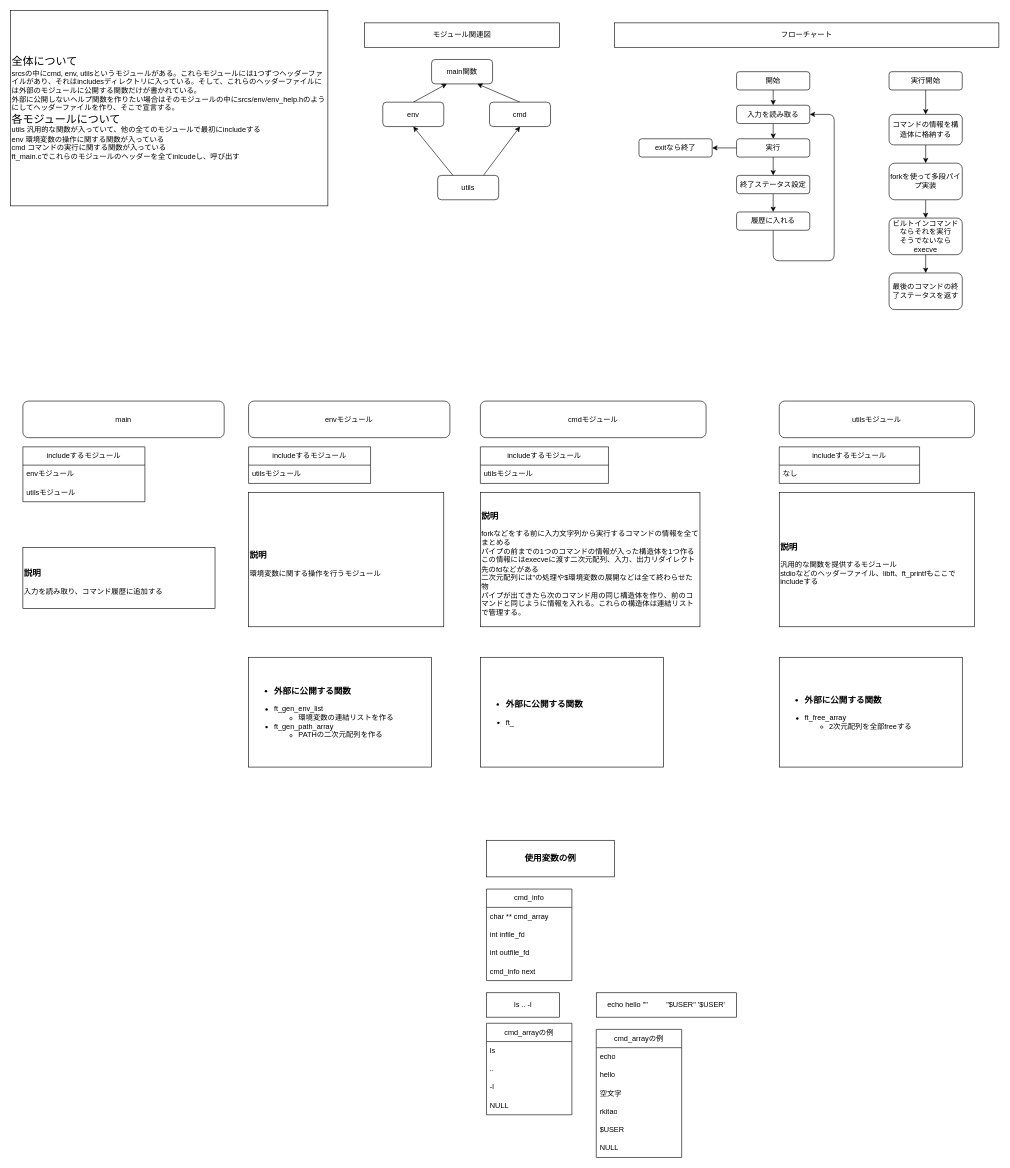
rk0730/minishell keeps this draw.io diagram as design.drawio. Above is the earlier version. Source tidied: cells renumbered, new cells numbered last; positions are measured from the earlier drawing's top-left corner, leaving out a move shared by most shapes. Both pictures are drawn from the tidied source at 61%, with x=0, y=0 at pixel (10, 10).
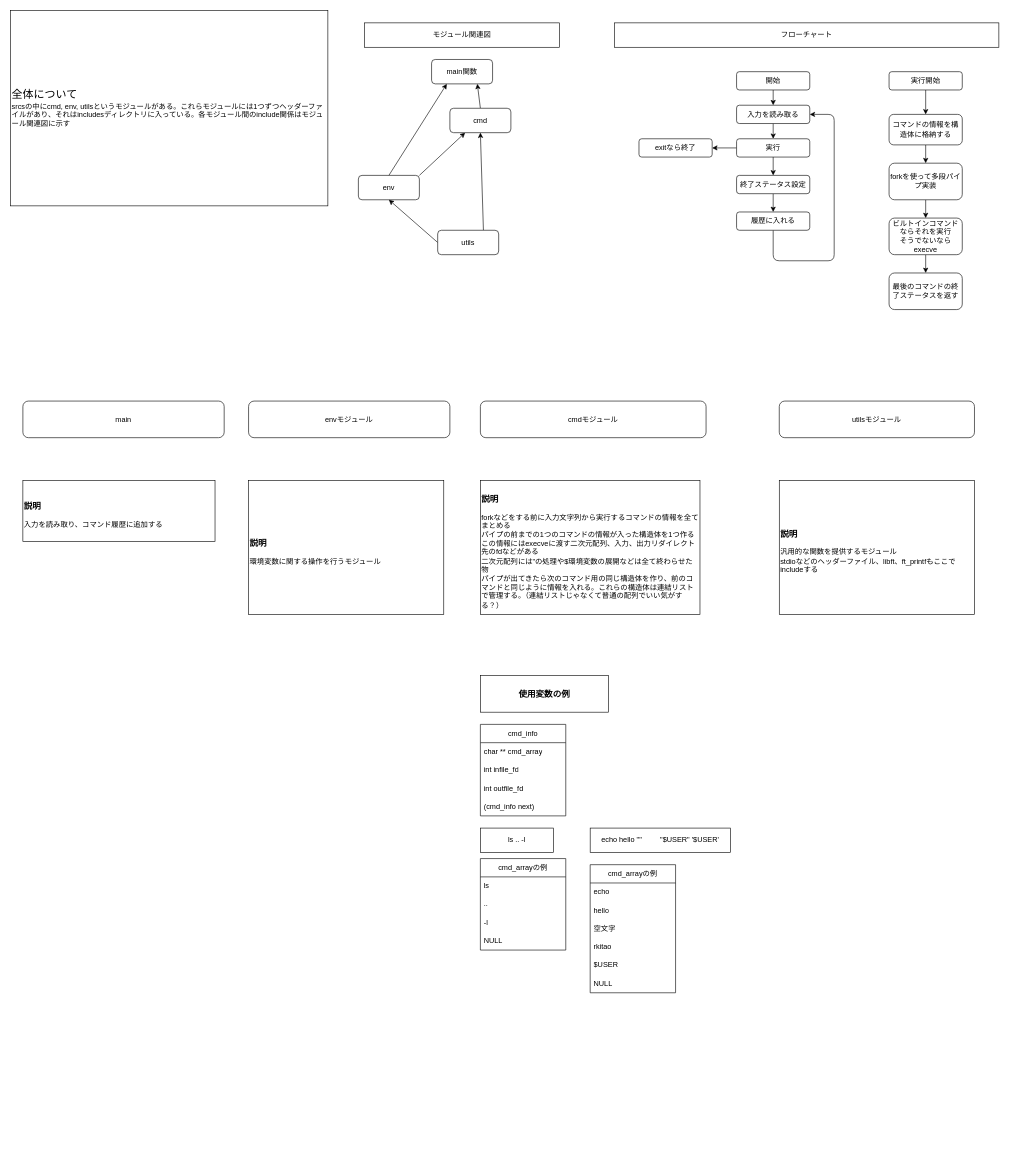
The same page after the edit.

Change to the diagram source:
```diff
@@
-    <mxCell id="5" value="&lt;h3&gt;説明&lt;/h3&gt;forkなどをする前に入力文字列から実行するコマンドの情報を全てまとめる&lt;br&gt;パイプの前までの1つのコマンドの情報が入った構造体を1つ作る&lt;br&gt;この情報にはexecveに渡す二次元配列、入力、出力リダイレクト先のfdなどがある&lt;br&gt;二次元配列には”の処理や$環境変数の展開などは全て終わらせた物&lt;br&gt;パイプが出てきたら次のコマンド用の同じ構造体を作り、前のコマンドと同じように情報を入れる。これらの構造体は連結リストで管理する。" style="rounded=0;whiteSpace=wrap;html=1;align=left;" parent="1" vertex="1">
-      <mxGeometry x="770" y="790" width="360" height="220" as="geometry" />
+    <mxCell id="5" value="&lt;h3&gt;説明&lt;/h3&gt;forkなどをする前に入力文字列から実行するコマンドの情報を全てまとめる&lt;br&gt;パイプの前までの1つのコマンドの情報が入った構造体を1つ作る&lt;br&gt;この情報にはexecveに渡す二次元配列、入力、出力リダイレクト先のfdなどがある&lt;br&gt;二次元配列には”の処理や$環境変数の展開などは全て終わらせた物&lt;br&gt;パイプが出てきたら次のコマンド用の同じ構造体を作り、前のコマンドと同じように情報を入れる。これらの構造体は連結リストで管理する。（連結リストじゃなくて普通の配列でいい気がする？）" style="rounded=0;whiteSpace=wrap;html=1;align=left;" parent="1" vertex="1">
+      <mxGeometry x="770" y="770" width="360" height="220" as="geometry" />
     </mxCell>
     <mxCell id="6" value="cmd_info" style="swimlane;fontStyle=0;horizontal=1;startSize=30;whiteSpace=wrap;html=1;" parent="1" vertex="1">
-      <mxGeometry x="780" y="1440" width="140" height="150" as="geometry" />
+      <mxGeometry x="770" y="1170" width="140" height="150" as="geometry" />
     </mxCell>
@@
-    <mxCell id="10" value="cmd_info next" style="text;strokeColor=none;fillColor=none;align=left;verticalAlign=middle;spacingLeft=4;spacingRight=4;overflow=hidden;whiteSpace=wrap;html=1;" parent="6" vertex="1">
+    <mxCell id="10" value="(cmd_info next)" style="text;strokeColor=none;fillColor=none;align=left;verticalAlign=middle;spacingLeft=4;spacingRight=4;overflow=hidden;whiteSpace=wrap;html=1;" parent="6" vertex="1">
       <mxGeometry y="120" width="140" height="30" as="geometry" />
     </mxCell>
     <mxCell id="11" value="cmd_arrayの例" style="swimlane;fontStyle=0;horizontal=1;startSize=30;whiteSpace=wrap;html=1;" parent="1" vertex="1">
-      <mxGeometry x="780" y="1660" width="140" height="150" as="geometry" />
+      <mxGeometry x="770" y="1390" width="140" height="150" as="geometry" />
     </mxCell>
@@
     <mxCell id="16" value="cmd_arrayの例" style="swimlane;fontStyle=0;horizontal=1;startSize=30;whiteSpace=wrap;html=1;" parent="1" vertex="1">
-      <mxGeometry x="960" y="1670" width="140" height="210" as="geometry" />
+      <mxGeometry x="950" y="1400" width="140" height="210" as="geometry" />
     </mxCell>
@@
     <mxCell id="23" value="ls .. -l" style="rounded=0;whiteSpace=wrap;html=1;" parent="1" vertex="1">
-      <mxGeometry x="780" y="1610" width="120" height="40" as="geometry" />
+      <mxGeometry x="770" y="1340" width="120" height="40" as="geometry" />
     </mxCell>
     <mxCell id="24" value="echo hello &quot;&quot;&amp;nbsp; &amp;nbsp; &amp;nbsp; &amp;nbsp; &amp;nbsp;&quot;$USER&quot; '$USER'" style="rounded=0;whiteSpace=wrap;html=1;" parent="1" vertex="1">
-      <mxGeometry x="960" y="1610" width="230" height="40" as="geometry" />
+      <mxGeometry x="950" y="1340" width="230" height="40" as="geometry" />
     </mxCell>
     <mxCell id="25" value="&lt;h3&gt;使用変数の例&lt;/h3&gt;" style="rounded=0;whiteSpace=wrap;html=1;" parent="1" vertex="1">
-      <mxGeometry x="780" y="1360" width="210" height="60" as="geometry" />
+      <mxGeometry x="770" y="1090" width="210" height="60" as="geometry" />
     </mxCell>
-    <mxCell id="26" value="includeするモジュール" style="swimlane;fontStyle=0;horizontal=1;startSize=30;whiteSpace=wrap;html=1;" parent="1" vertex="1">
-      <mxGeometry x="770" y="715" width="210" height="60" as="geometry" />
-    </mxCell>
-    <mxCell id="27" value="utilsモジュール" style="text;strokeColor=none;fillColor=none;align=left;verticalAlign=middle;spacingLeft=4;spacingRight=4;overflow=hidden;whiteSpace=wrap;html=1;" parent="26" vertex="1">
-      <mxGeometry y="30" width="210" height="30" as="geometry" />
-    </mxCell>
-    <mxCell id="28" value="includeするモジュール" style="swimlane;fontStyle=0;horizontal=1;startSize=30;whiteSpace=wrap;html=1;" parent="1" vertex="1">
-      <mxGeometry x="390" y="715" width="200" height="60" as="geometry" />
-    </mxCell>
-    <mxCell id="29" value="utilsモジュール" style="text;strokeColor=none;fillColor=none;align=left;verticalAlign=middle;spacingLeft=4;spacingRight=4;overflow=hidden;whiteSpace=wrap;html=1;" parent="28" vertex="1">
-      <mxGeometry y="30" width="200" height="30" as="geometry" />
-    </mxCell>
-    <mxCell id="30" value="includeするモジュール" style="swimlane;fontStyle=0;horizontal=1;startSize=30;whiteSpace=wrap;html=1;" parent="1" vertex="1">
-      <mxGeometry x="1260" y="715" width="230" height="60" as="geometry" />
-    </mxCell>
-    <mxCell id="31" value="なし" style="text;strokeColor=none;fillColor=none;align=left;verticalAlign=middle;spacingLeft=4;spacingRight=4;overflow=hidden;whiteSpace=wrap;html=1;" parent="30" vertex="1">
-      <mxGeometry y="30" width="230" height="30" as="geometry" />
-    </mxCell>
     <mxCell id="32" value="&lt;h3&gt;説明&lt;/h3&gt;&lt;div&gt;環境変数に関する操作を行うモジュール&lt;/div&gt;" style="rounded=0;whiteSpace=wrap;html=1;align=left;" parent="1" vertex="1">
-      <mxGeometry x="390" y="790" width="320" height="220" as="geometry" />
+      <mxGeometry x="390" y="770" width="320" height="220" as="geometry" />
     </mxCell>
     <mxCell id="33" value="&lt;h3&gt;説明&lt;/h3&gt;&lt;div&gt;汎用的な関数を提供するモジュール&lt;/div&gt;&lt;div&gt;stdioなどのヘッダーファイル、libft、ft_printfもここでincludeする&lt;/div&gt;" style="rounded=0;whiteSpace=wrap;html=1;align=left;" parent="1" vertex="1">
-      <mxGeometry x="1260" y="790" width="320" height="220" as="geometry" />
+      <mxGeometry x="1260" y="770" width="320" height="220" as="geometry" />
     </mxCell>
@@
-    <mxCell id="35" value="includeするモジュール" style="swimlane;fontStyle=0;horizontal=1;startSize=30;whiteSpace=wrap;html=1;" parent="1" vertex="1">
-      <mxGeometry x="20" y="715" width="200" height="90" as="geometry" />
-    </mxCell>
-    <mxCell id="36" value="envモジュール" style="text;strokeColor=none;fillColor=none;align=left;verticalAlign=middle;spacingLeft=4;spacingRight=4;overflow=hidden;whiteSpace=wrap;html=1;" parent="35" vertex="1">
-      <mxGeometry y="30" width="200" height="30" as="geometry" />
-    </mxCell>
-    <mxCell id="37" value="utilsモジュール" style="text;strokeColor=none;fillColor=none;align=left;verticalAlign=middle;spacingLeft=4;spacingRight=4;overflow=hidden;whiteSpace=wrap;html=1;" parent="35" vertex="1">
-      <mxGeometry y="60" width="200" height="30" as="geometry" />
-    </mxCell>
     <mxCell id="38" value="&lt;h3&gt;説明&lt;/h3&gt;&lt;div&gt;入力を読み取り、コマンド履歴に追加する&lt;/div&gt;" style="rounded=0;whiteSpace=wrap;html=1;align=left;" parent="1" vertex="1">
-      <mxGeometry x="20" y="880" width="315" height="100" as="geometry" />
+      <mxGeometry x="20" y="770" width="315" height="100" as="geometry" />
     </mxCell>
@@
+    <mxCell id="74" style="edgeStyle=none;html=1;exitX=1;exitY=0;exitDx=0;exitDy=0;entryX=0.25;entryY=1;entryDx=0;entryDy=0;" parent="1" edge="1" source="42" target="44">
+      <mxGeometry relative="1" as="geometry" />
+    </mxCell>
     <mxCell id="42" value="env" style="rounded=1;whiteSpace=wrap;html=1;" parent="1" vertex="1">
-      <mxGeometry x="610" y="150" width="100" height="40" as="geometry" />
+      <mxGeometry x="570" y="270" width="100" height="40" as="geometry" />
     </mxCell>
@@
     <mxCell id="44" value="cmd" style="rounded=1;whiteSpace=wrap;html=1;" parent="1" vertex="1">
-      <mxGeometry x="785" y="150" width="100" height="40" as="geometry" />
+      <mxGeometry x="720" y="160" width="100" height="40" as="geometry" />
     </mxCell>
+    <mxCell id="46" style="edgeStyle=none;html=1;exitX=0.75;exitY=0;exitDx=0;exitDy=0;entryX=0.5;entryY=1;entryDx=0;entryDy=0;" parent="1" edge="1" source="47" target="44">
+      <mxGeometry relative="1" as="geometry" />
+    </mxCell>
-    <mxCell id="45" style="edgeStyle=none;html=1;exitX=0.25;exitY=0;exitDx=0;exitDy=0;entryX=0.5;entryY=1;entryDx=0;entryDy=0;" parent="1" edge="1" source="47" target="42">
+    <mxCell id="45" style="edgeStyle=none;html=1;exitX=0;exitY=0.5;exitDx=0;exitDy=0;entryX=0.5;entryY=1;entryDx=0;entryDy=0;" parent="1" edge="1" source="47" target="42">
       <mxGeometry relative="1" as="geometry" />
     </mxCell>
-    <mxCell id="46" style="edgeStyle=none;html=1;exitX=0.75;exitY=0;exitDx=0;exitDy=0;entryX=0.5;entryY=1;entryDx=0;entryDy=0;" parent="1" edge="1" source="47" target="44">
-      <mxGeometry relative="1" as="geometry" />
-    </mxCell>
     <mxCell id="47" value="utils" style="rounded=1;whiteSpace=wrap;html=1;" parent="1" vertex="1">
-      <mxGeometry x="700" y="270" width="100" height="40" as="geometry" />
+      <mxGeometry x="700" y="360" width="100" height="40" as="geometry" />
     </mxCell>
@@
-    <mxCell id="70" value="&lt;h3 style=&quot;&quot;&gt;&lt;ul&gt;&lt;li&gt;外部に公開する関数&lt;/li&gt;&lt;/ul&gt;&lt;/h3&gt;&lt;ul style=&quot;&quot;&gt;&lt;li&gt;ft_gen_env_list&lt;/li&gt;&lt;ul&gt;&lt;li&gt;環境変数の連結リストを作る&lt;/li&gt;&lt;/ul&gt;&lt;li&gt;ft_gen_path_array&lt;/li&gt;&lt;ul&gt;&lt;li&gt;PATHの二次元配列を作る&lt;/li&gt;&lt;/ul&gt;&lt;/ul&gt;" style="rounded=0;whiteSpace=wrap;html=1;align=left;" parent="1" vertex="1">
-      <mxGeometry x="390" y="1060" width="300" height="180" as="geometry" />
-    </mxCell>
-    <mxCell id="71" value="&lt;h3 style=&quot;&quot;&gt;&lt;ul&gt;&lt;li&gt;外部に公開する関数&lt;/li&gt;&lt;/ul&gt;&lt;/h3&gt;&lt;ul style=&quot;&quot;&gt;&lt;li&gt;ft_&lt;/li&gt;&lt;/ul&gt;" style="rounded=0;whiteSpace=wrap;html=1;align=left;" parent="1" vertex="1">
-      <mxGeometry x="770" y="1060" width="300" height="180" as="geometry" />
-    </mxCell>
-    <mxCell id="72" value="&lt;h3 style=&quot;&quot;&gt;&lt;ul&gt;&lt;li&gt;外部に公開する関数&lt;/li&gt;&lt;/ul&gt;&lt;/h3&gt;&lt;ul style=&quot;&quot;&gt;&lt;li&gt;ft_free_array&lt;/li&gt;&lt;ul&gt;&lt;li&gt;2次元配列を全部freeする&lt;/li&gt;&lt;/ul&gt;&lt;/ul&gt;" style="rounded=0;whiteSpace=wrap;html=1;align=left;" parent="1" vertex="1">
-      <mxGeometry x="1260" y="1060" width="300" height="180" as="geometry" />
-    </mxCell>
-    <mxCell id="73" value="&lt;font style=&quot;font-size: 18px;&quot;&gt;全体について&lt;/font&gt;&lt;br style=&quot;&quot;&gt;&lt;span style=&quot;&quot;&gt;srcsの中にcmd, env, utilsというモジュールがある。これらモジュールには1つずつヘッダーファイルがあり、それはincludesディレクトリに入っている。そして、これらのヘッダーファイルには外部のモジュールに公開する関数だけが書かれている。&lt;/span&gt;&lt;br style=&quot;&quot;&gt;&lt;span style=&quot;&quot;&gt;外部に公開しないヘルプ関数を作りたい場合はそのモジュールの中にsrcs/env/env_help.hのようにしてヘッダーファイルを作り、そこで宣言する。&lt;/span&gt;&lt;br style=&quot;&quot;&gt;&lt;font style=&quot;font-size: 18px;&quot;&gt;各モジュールについて&lt;br&gt;&lt;/font&gt;&lt;span style=&quot;&quot;&gt;utils 汎用的な関数が入っていて、他の全てのモジュールで最初にincludeする&lt;/span&gt;&lt;br style=&quot;&quot;&gt;&lt;span style=&quot;&quot;&gt;env 環境変数の操作に関する関数が入っている&lt;/span&gt;&lt;br style=&quot;&quot;&gt;&lt;span style=&quot;&quot;&gt;cmd コマンドの実行に関する関数が入っている&lt;/span&gt;&lt;br style=&quot;&quot;&gt;&lt;span style=&quot;&quot;&gt;ft_main.cでこれらのモジュールのヘッダーを全てinlcudeし、呼び出す&lt;/span&gt;" style="rounded=0;whiteSpace=wrap;html=1;align=left;" parent="1" vertex="1">
+    <mxCell id="73" value="&lt;font style=&quot;font-size: 18px;&quot;&gt;全体について&lt;/font&gt;&lt;br style=&quot;&quot;&gt;&lt;span style=&quot;&quot;&gt;srcsの中にcmd, env, utilsというモジュールがある。これらモジュールには1つずつヘッダーファイルがあり、それはincludesディレクトリに入っている。各モジュール間のinclude関係はモジュール関連図に示す&lt;/span&gt;&lt;br style=&quot;&quot;&gt;" style="rounded=0;whiteSpace=wrap;html=1;align=left;" parent="1" vertex="1">
       <mxGeometry width="520" height="320" as="geometry" />
     </mxCell>
```
